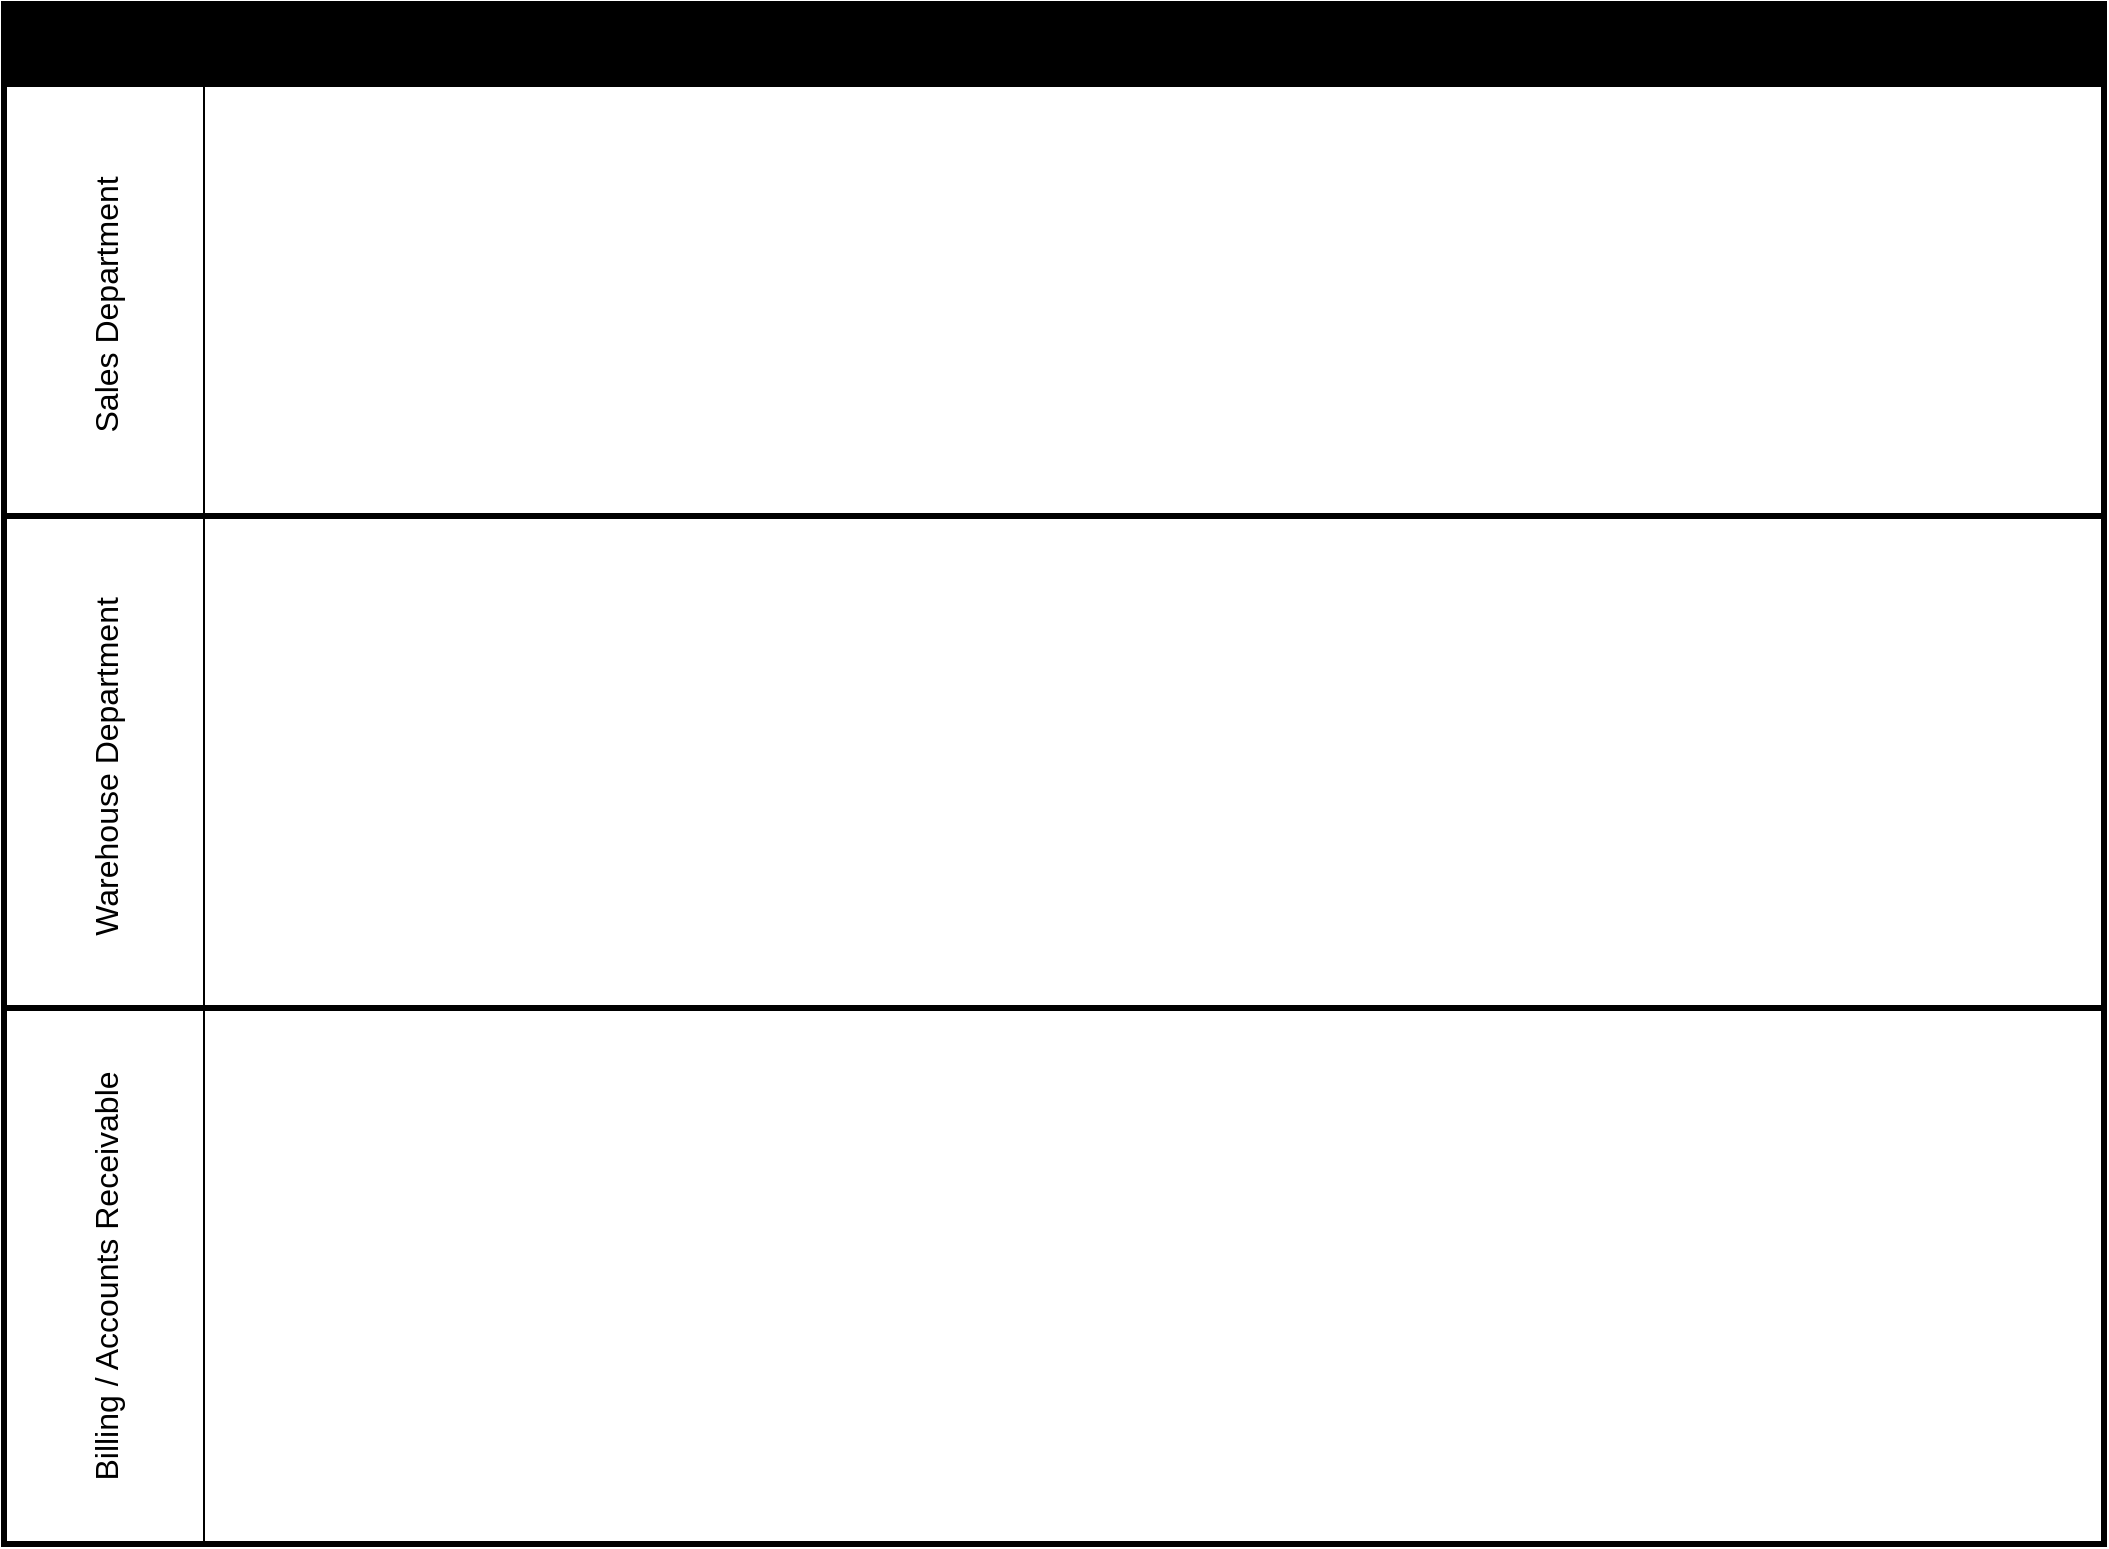
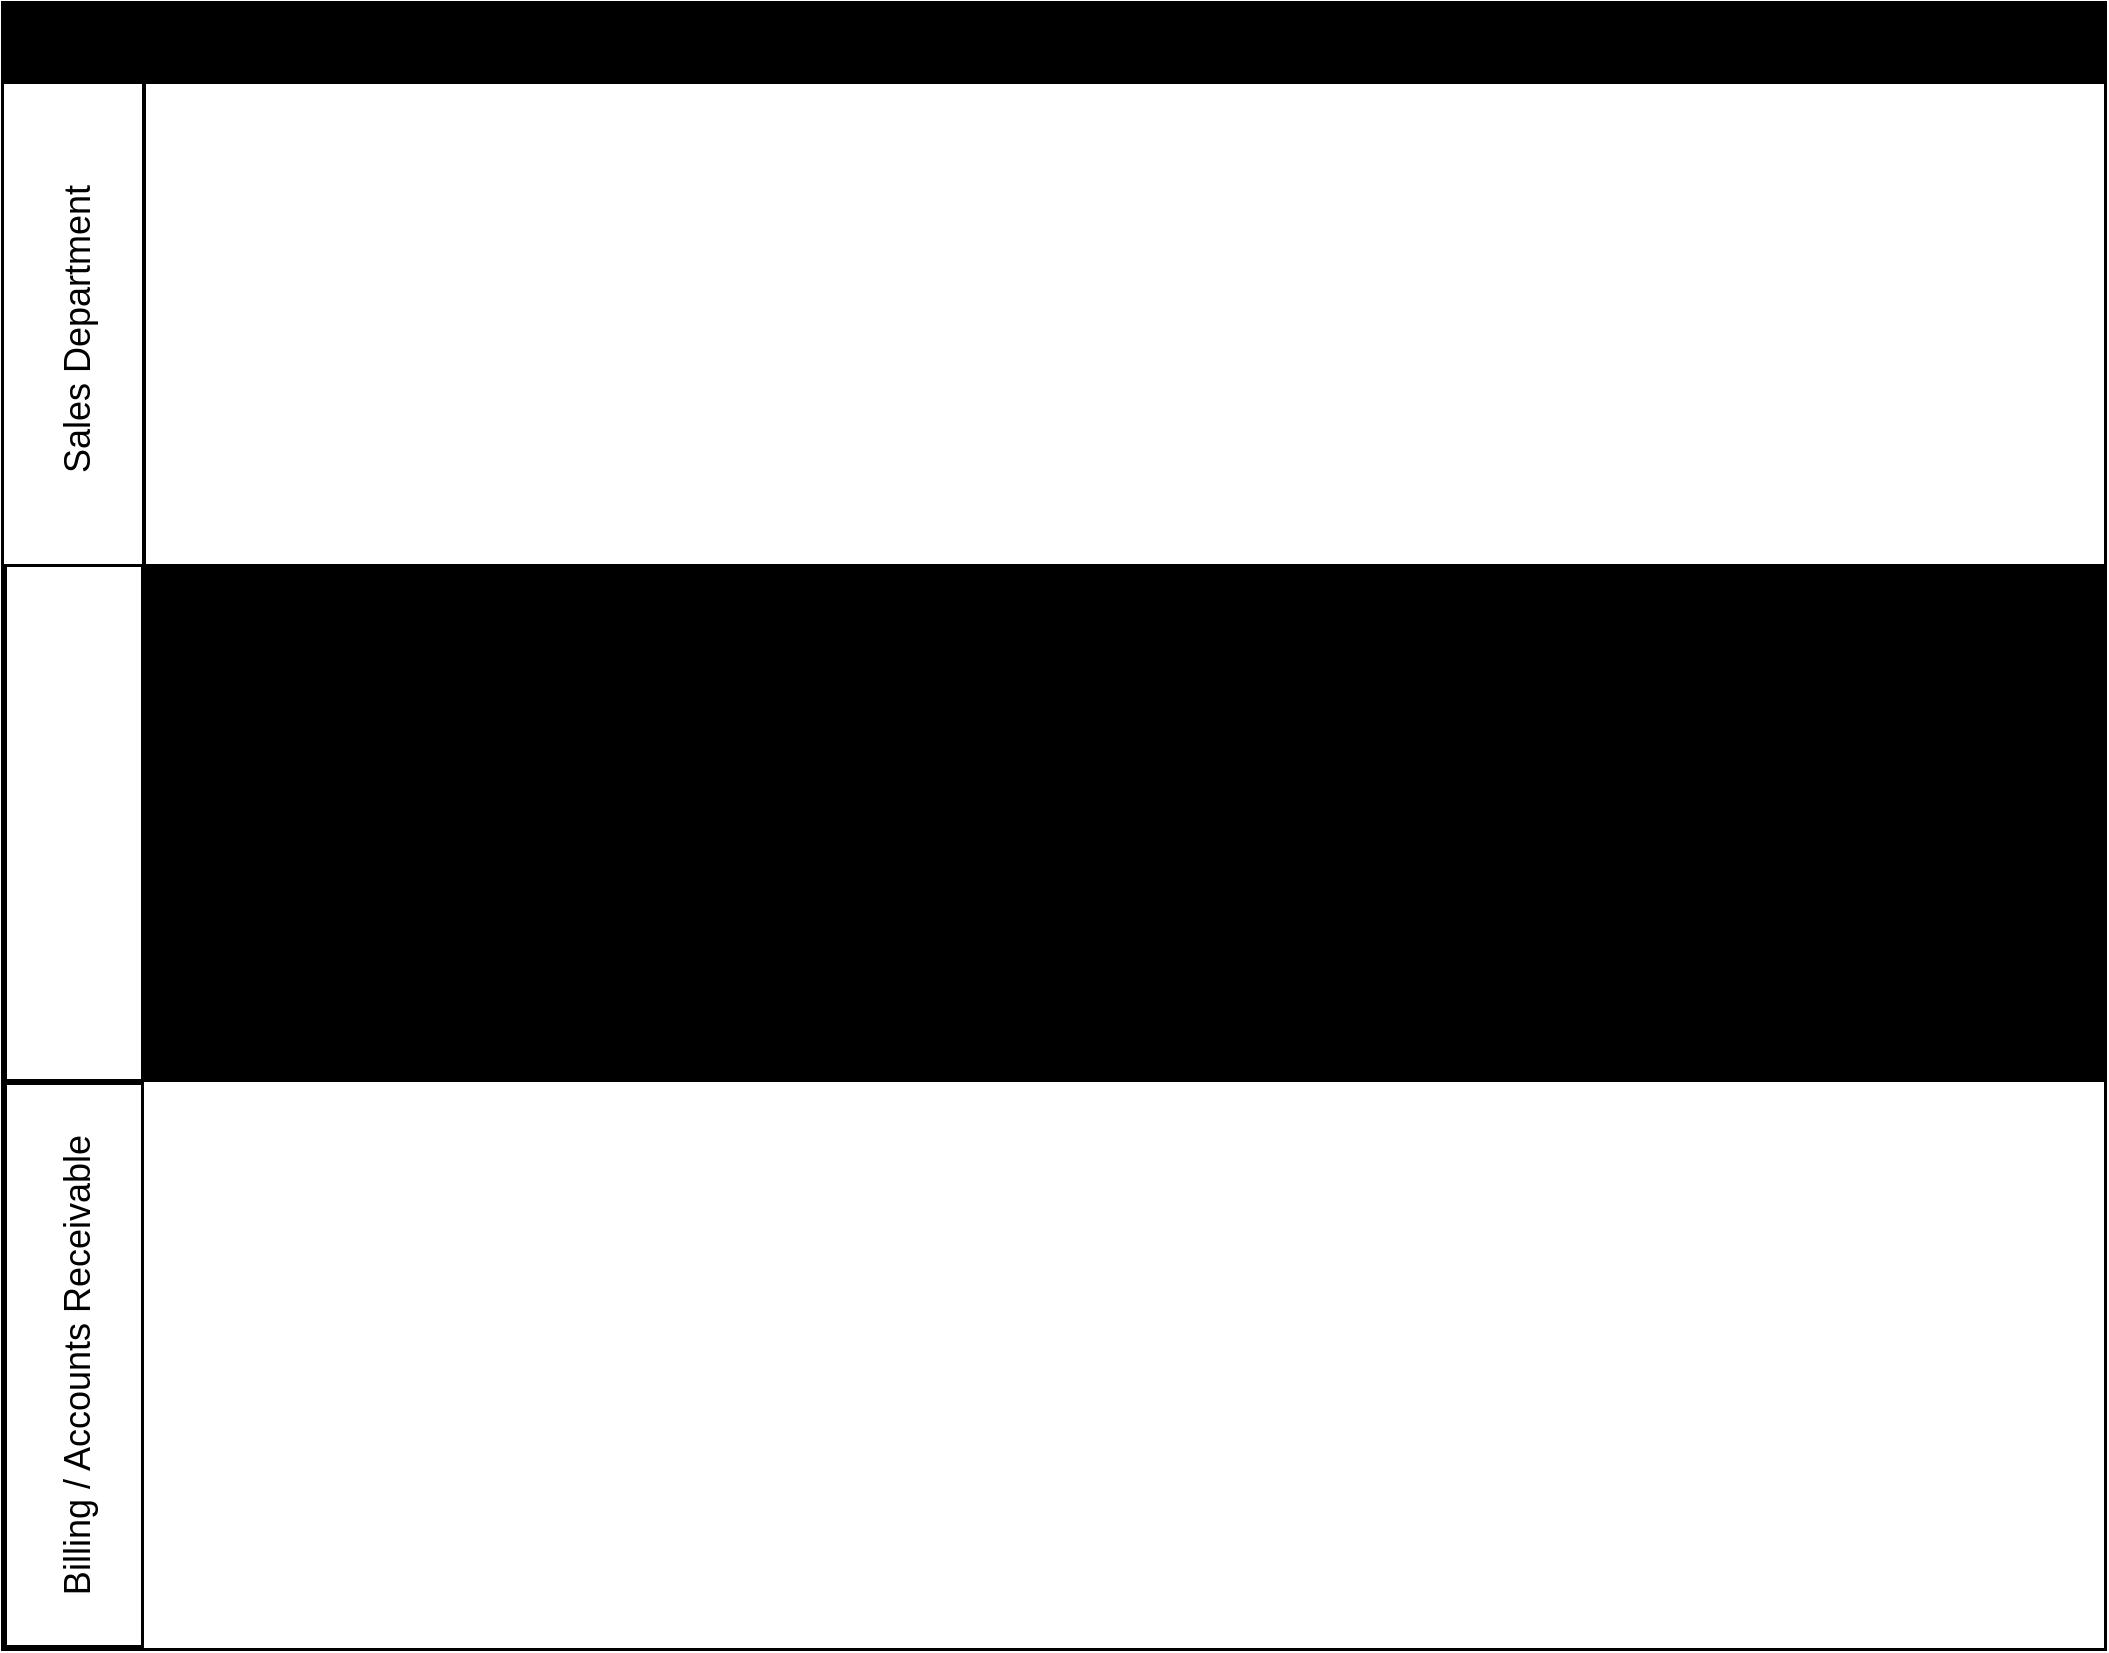
<mxfile host="app.diagrams.net">
  <diagram name="Page-1" id="JuwPx92q4KAnNjeC5ImY">
    <mxGraphModel dx="1356" dy="859" grid="1" gridSize="10" guides="1" tooltips="1" connect="1" arrows="1" fold="1" page="1" pageScale="1" pageWidth="1100" pageHeight="850" math="0" shadow="0">
      <root>
        <mxCell id="0" />
        <mxCell id="1" parent="0" />
-         <mxCell id="NQ8u1UKUMeSrLokraIQ_-5" parent="1" style="shape=table;childLayout=tableLayout;startSize=40;collapsible=0;recursiveResize=0;expand=0;fontSize=16;fontColor=light-dark(#000000,#FF8000);fontStyle=1;labelBackgroundColor=none;labelBorderColor=none;fillColor=light-dark(#000000,#1A1A1A);strokeWidth=3;" value="Kissena Bakery — Revenue Cycle (Order-to-Cash)" vertex="1">
-           <mxGeometry height="770" width="1050" x="20" y="10" as="geometry" />
+         <mxCell id="NQ8u1UKUMeSrLokraIQ_-5" parent="1" style="shape=table;childLayout=tableLayout;startSize=40;collapsible=0;recursiveResize=0;expand=0;fontSize=21;fontColor=light-dark(#000000,#FF8000);fontStyle=1;labelBackgroundColor=none;labelBorderColor=none;fillColor=light-dark(#000000,#1A1A1A);strokeWidth=3;direction=east;perimeterSpacing=2;" value="Kissena Bakery — Revenue Cycle (Order-to-Cash)" vertex="1">
+           <mxGeometry height="822" width="1050" x="20" y="10" as="geometry" />
        </mxCell>
-         <mxCell id="NQ8u1UKUMeSrLokraIQ_-6" parent="NQ8u1UKUMeSrLokraIQ_-5" style="shape=tableRow;horizontal=0;swimlaneHead=0;swimlaneBody=0;top=0;left=0;strokeColor=inherit;bottom=0;right=0;dropTarget=0;fontStyle=0;fillColor=none;points=[[0,0.5],[1,0.5]];portConstraint=eastwest;startSize=100;collapsible=0;recursiveResize=0;expand=0;fontSize=16;" value="Sales Department " vertex="1">
-           <mxGeometry height="216" width="1050" y="40" as="geometry" />
+         <mxCell id="NQ8u1UKUMeSrLokraIQ_-6" parent="NQ8u1UKUMeSrLokraIQ_-5" style="shape=tableRow;horizontal=0;swimlaneHead=0;swimlaneBody=0;top=0;left=0;strokeColor=inherit;bottom=0;right=0;dropTarget=0;fontStyle=0;fillColor=light-dark(#FFFFFF,#006600);points=[[0,0.5],[1,0.5]];portConstraint=eastwest;startSize=70;collapsible=0;recursiveResize=0;expand=0;fontSize=18;strokeWidth=2;labelBorderColor=none;rounded=0;swimlaneLine=1;swimlaneFillColor=light-dark(#FFFFFF,#000000);" value="Sales Department " vertex="1">
+           <mxGeometry height="240" width="1050" y="40" as="geometry" />
        </mxCell>
        <mxCell id="NQ8u1UKUMeSrLokraIQ_-7" parent="NQ8u1UKUMeSrLokraIQ_-6" style="swimlane;swimlaneHead=0;swimlaneBody=0;fontStyle=0;strokeColor=inherit;connectable=0;fillColor=none;startSize=0;collapsible=0;recursiveResize=0;expand=0;fontSize=16;" value="" vertex="1">
-           <mxGeometry height="216" width="950" x="100" as="geometry">
-             <mxRectangle height="216" width="950" as="alternateBounds" />
+           <mxGeometry height="240" width="980" x="70" as="geometry">
+             <mxRectangle height="240" width="980" as="alternateBounds" />
          </mxGeometry>
        </mxCell>
-         <mxCell id="NQ8u1UKUMeSrLokraIQ_-10" parent="NQ8u1UKUMeSrLokraIQ_-5" style="shape=tableRow;horizontal=0;swimlaneHead=0;swimlaneBody=0;top=0;left=0;strokeColor=inherit;bottom=0;right=0;dropTarget=0;fontStyle=0;fillColor=none;points=[[0,0.5],[1,0.5]];portConstraint=eastwest;startSize=100;collapsible=0;recursiveResize=0;expand=0;fontSize=16;" value="Warehouse Department " vertex="1">
-           <mxGeometry height="246" width="1050" y="256" as="geometry" />
+         <mxCell id="NQ8u1UKUMeSrLokraIQ_-10" parent="NQ8u1UKUMeSrLokraIQ_-5" style="shape=tableRow;horizontal=0;swimlaneHead=0;swimlaneBody=0;top=0;left=0;strokeColor=inherit;bottom=0;right=0;dropTarget=0;fontStyle=0;fillColor=light-dark(transparent,#007FFF);points=[[0,0.5],[1,0.5]];portConstraint=eastwest;startSize=70;collapsible=0;recursiveResize=0;expand=0;fontSize=19;strokeWidth=3;fontColor=light-dark(#FFFFFF,#FFFFFF);" value="Warehouse Department " vertex="1">
+           <mxGeometry height="259" width="1050" y="280" as="geometry" />
        </mxCell>
-         <mxCell id="NQ8u1UKUMeSrLokraIQ_-11" parent="NQ8u1UKUMeSrLokraIQ_-10" style="swimlane;swimlaneHead=0;swimlaneBody=0;fontStyle=0;connectable=0;strokeColor=inherit;fillColor=none;startSize=0;collapsible=0;recursiveResize=0;expand=0;fontSize=16;" value="" vertex="1">
-           <mxGeometry height="246" width="950" x="100" as="geometry">
-             <mxRectangle height="246" width="950" as="alternateBounds" />
+         <mxCell id="NQ8u1UKUMeSrLokraIQ_-11" parent="NQ8u1UKUMeSrLokraIQ_-10" style="swimlane;swimlaneHead=0;swimlaneBody=0;fontStyle=0;connectable=0;strokeColor=inherit;fillColor=none;startSize=0;collapsible=0;recursiveResize=0;expand=0;fontSize=16;swimlaneFillColor=light-dark(#000000,#000000);" value="" vertex="1">
+           <mxGeometry height="259" width="980" x="70" as="geometry">
+             <mxRectangle height="259" width="980" as="alternateBounds" />
          </mxGeometry>
        </mxCell>
-         <mxCell id="NQ8u1UKUMeSrLokraIQ_-14" parent="NQ8u1UKUMeSrLokraIQ_-5" style="shape=tableRow;horizontal=0;swimlaneHead=0;swimlaneBody=0;top=0;left=0;strokeColor=inherit;bottom=0;right=0;dropTarget=0;fontStyle=0;fillColor=none;points=[[0,0.5],[1,0.5]];portConstraint=eastwest;startSize=100;collapsible=0;recursiveResize=0;expand=0;fontSize=16;" value="Billing / Accounts Receivable" vertex="1">
-           <mxGeometry height="268" width="1050" y="502" as="geometry" />
+         <mxCell id="NQ8u1UKUMeSrLokraIQ_-14" parent="NQ8u1UKUMeSrLokraIQ_-5" style="shape=tableRow;horizontal=0;swimlaneHead=0;swimlaneBody=0;top=0;left=0;strokeColor=inherit;bottom=0;right=0;dropTarget=0;fontStyle=0;fillColor=light-dark(transparent,#CC6600);points=[[0,0.5],[1,0.5]];portConstraint=eastwest;startSize=70;collapsible=0;recursiveResize=0;expand=0;fontSize=18;strokeWidth=3;" value="Billing / Accounts Receivable" vertex="1">
+           <mxGeometry height="283" width="1050" y="539" as="geometry" />
        </mxCell>
-         <mxCell id="NQ8u1UKUMeSrLokraIQ_-15" parent="NQ8u1UKUMeSrLokraIQ_-14" style="swimlane;swimlaneHead=0;swimlaneBody=0;fontStyle=0;connectable=0;strokeColor=inherit;fillColor=none;startSize=0;collapsible=0;recursiveResize=0;expand=0;fontSize=16;" value="" vertex="1">
-           <mxGeometry height="268" width="950" x="100" as="geometry">
-             <mxRectangle height="268" width="950" as="alternateBounds" />
+         <mxCell id="NQ8u1UKUMeSrLokraIQ_-15" parent="NQ8u1UKUMeSrLokraIQ_-14" style="swimlane;swimlaneHead=0;swimlaneBody=0;fontStyle=0;connectable=0;strokeColor=inherit;fillColor=none;startSize=0;collapsible=0;recursiveResize=0;expand=0;fontSize=16;swimlaneFillColor=light-dark(#FFFFFF,#000000);" value="" vertex="1">
+           <mxGeometry height="283" width="980" x="70" as="geometry">
+             <mxRectangle height="283" width="980" as="alternateBounds" />
          </mxGeometry>
        </mxCell>
      </root>
    </mxGraphModel>
  </diagram>
</mxfile>
